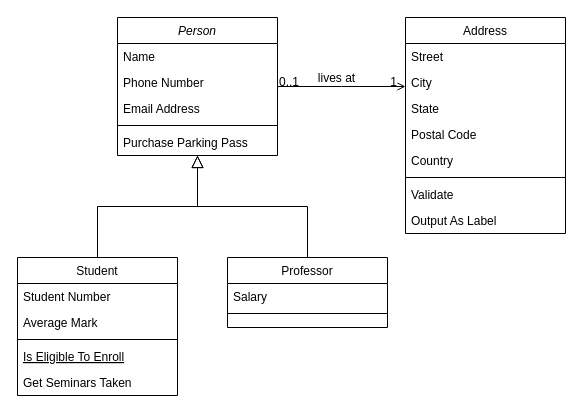
Earlier version of the draw.io diagram class.drawio (dunguyen-3112/dunguyen-3112). Source tidied: cells renumbered, new cells numbered last; positions are measured from the earlier drawing's top-left corner, leaving out a move shared by most shapes. Both pictures are drawn from the tidied source at 100%, with x=0, y=0 at pixel (17, 17).
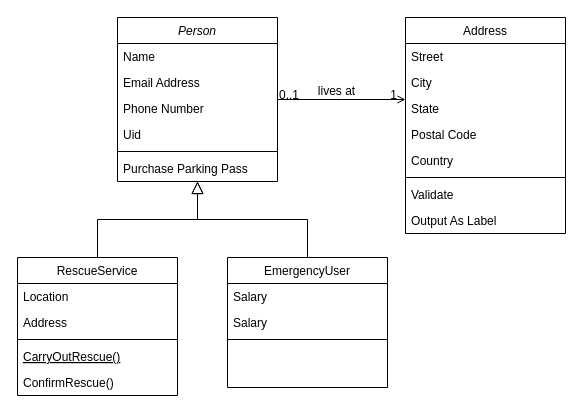
The same page after the edit.

Change to the diagram source:
```diff
@@
     <mxCell id="2" value="Person" style="swimlane;fontStyle=2;align=center;verticalAlign=top;horizontal=1;startSize=26;rounded=0;shadow=0;strokeWidth=1;" parent="1" vertex="1">
-      <mxGeometry x="100" width="160" height="138" as="geometry" />
+      <mxGeometry x="100" width="160" height="164" as="geometry" />
     </mxCell>
@@
+    <mxCell id="5" value="Email Address" style="text;align=left;verticalAlign=top;spacingLeft=4;spacingRight=4;overflow=hidden;rounded=0;shadow=0;html=0;" parent="2" vertex="1">
+      <mxGeometry y="52" width="160" height="26" as="geometry" />
+    </mxCell>
     <mxCell id="4" value="Phone Number" style="text;align=left;verticalAlign=top;spacingLeft=4;spacingRight=4;overflow=hidden;rounded=0;shadow=0;html=0;" parent="2" vertex="1">
-      <mxGeometry y="52" width="160" height="26" as="geometry" />
+      <mxGeometry y="78" width="160" height="26" as="geometry" />
     </mxCell>
-    <mxCell id="5" value="Email Address" style="text;align=left;verticalAlign=top;spacingLeft=4;spacingRight=4;overflow=hidden;rounded=0;shadow=0;html=0;" parent="2" vertex="1">
-      <mxGeometry y="78" width="160" height="26" as="geometry" />
-    </mxCell>
+    <mxCell id="32" value="Uid" style="text;align=left;verticalAlign=top;spacingLeft=4;spacingRight=4;overflow=hidden;rounded=0;shadow=0;html=0;" parent="2" vertex="1">
+      <mxGeometry y="104" width="160" height="26" as="geometry" />
+    </mxCell>
     <mxCell id="6" style="line;html=1;strokeWidth=1;align=left;verticalAlign=middle;spacingTop=-1;spacingLeft=3;spacingRight=3;labelPosition=right;" parent="2" vertex="1">
-      <mxGeometry y="104" width="160" height="8" as="geometry" />
+      <mxGeometry y="130" width="160" height="8" as="geometry" />
     </mxCell>
     <mxCell id="7" value="Purchase Parking Pass" style="text;align=left;verticalAlign=top;spacingLeft=4;spacingRight=4;overflow=hidden;" parent="2" vertex="1">
-      <mxGeometry y="112" width="160" height="26" as="geometry" />
+      <mxGeometry y="138" width="160" height="26" as="geometry" />
     </mxCell>
-    <mxCell id="8" value="Student" style="swimlane;fontStyle=0;align=center;verticalAlign=top;horizontal=1;startSize=26;rounded=0;shadow=0;strokeWidth=1;" parent="1" vertex="1">
+    <mxCell id="8" value="RescueService" style="swimlane;fontStyle=0;align=center;verticalAlign=top;horizontal=1;startSize=26;rounded=0;shadow=0;strokeWidth=1;" parent="1" vertex="1">
       <mxGeometry y="240" width="160" height="138" as="geometry" />
     </mxCell>
-    <mxCell id="9" value="Student Number" style="text;align=left;verticalAlign=top;spacingLeft=4;spacingRight=4;overflow=hidden;" parent="8" vertex="1">
+    <mxCell id="9" value="Location" style="text;align=left;verticalAlign=top;spacingLeft=4;spacingRight=4;overflow=hidden;" parent="8" vertex="1">
       <mxGeometry y="26" width="160" height="26" as="geometry" />
     </mxCell>
-    <mxCell id="10" value="Average Mark" style="text;align=left;verticalAlign=top;spacingLeft=4;spacingRight=4;overflow=hidden;rounded=0;shadow=0;html=0;" parent="8" vertex="1">
+    <mxCell id="10" value="Address" style="text;align=left;verticalAlign=top;spacingLeft=4;spacingRight=4;overflow=hidden;rounded=0;shadow=0;html=0;" parent="8" vertex="1">
       <mxGeometry y="52" width="160" height="26" as="geometry" />
     </mxCell>
@@
-    <mxCell id="12" value="Is Eligible To Enroll" style="text;align=left;verticalAlign=top;spacingLeft=4;spacingRight=4;overflow=hidden;fontStyle=4;" parent="8" vertex="1">
+    <mxCell id="12" value="CarryOutRescue()  " style="text;align=left;verticalAlign=top;spacingLeft=4;spacingRight=4;overflow=hidden;fontStyle=4;" parent="8" vertex="1">
       <mxGeometry y="86" width="160" height="26" as="geometry" />
     </mxCell>
-    <mxCell id="13" value="Get Seminars Taken" style="text;align=left;verticalAlign=top;spacingLeft=4;spacingRight=4;overflow=hidden;" parent="8" vertex="1">
+    <mxCell id="13" value="ConfirmRescue() " style="text;align=left;verticalAlign=top;spacingLeft=4;spacingRight=4;overflow=hidden;" parent="8" vertex="1">
       <mxGeometry y="112" width="160" height="26" as="geometry" />
     </mxCell>
@@
-    <mxCell id="15" value="Professor" style="swimlane;fontStyle=0;align=center;verticalAlign=top;horizontal=1;startSize=26;rounded=0;shadow=0;strokeWidth=1;" parent="1" vertex="1">
-      <mxGeometry x="210" y="240" width="160" height="70" as="geometry" />
+    <mxCell id="15" value="EmergencyUser" style="swimlane;fontStyle=0;align=center;verticalAlign=top;horizontal=1;startSize=26;rounded=0;shadow=0;strokeWidth=1;" parent="1" vertex="1">
+      <mxGeometry x="210" y="240" width="160" height="130" as="geometry" />
     </mxCell>
@@
+    <mxCell id="33" value="Salary" style="text;align=left;verticalAlign=top;spacingLeft=4;spacingRight=4;overflow=hidden;" parent="15" vertex="1">
+      <mxGeometry y="52" width="160" height="26" as="geometry" />
+    </mxCell>
     <mxCell id="17" style="line;html=1;strokeWidth=1;align=left;verticalAlign=middle;spacingTop=-1;spacingLeft=3;spacingRight=3;labelPosition=right;" parent="15" vertex="1">
-      <mxGeometry y="52" width="160" height="8" as="geometry" />
+      <mxGeometry y="78" width="160" height="8" as="geometry" />
     </mxCell>
```
